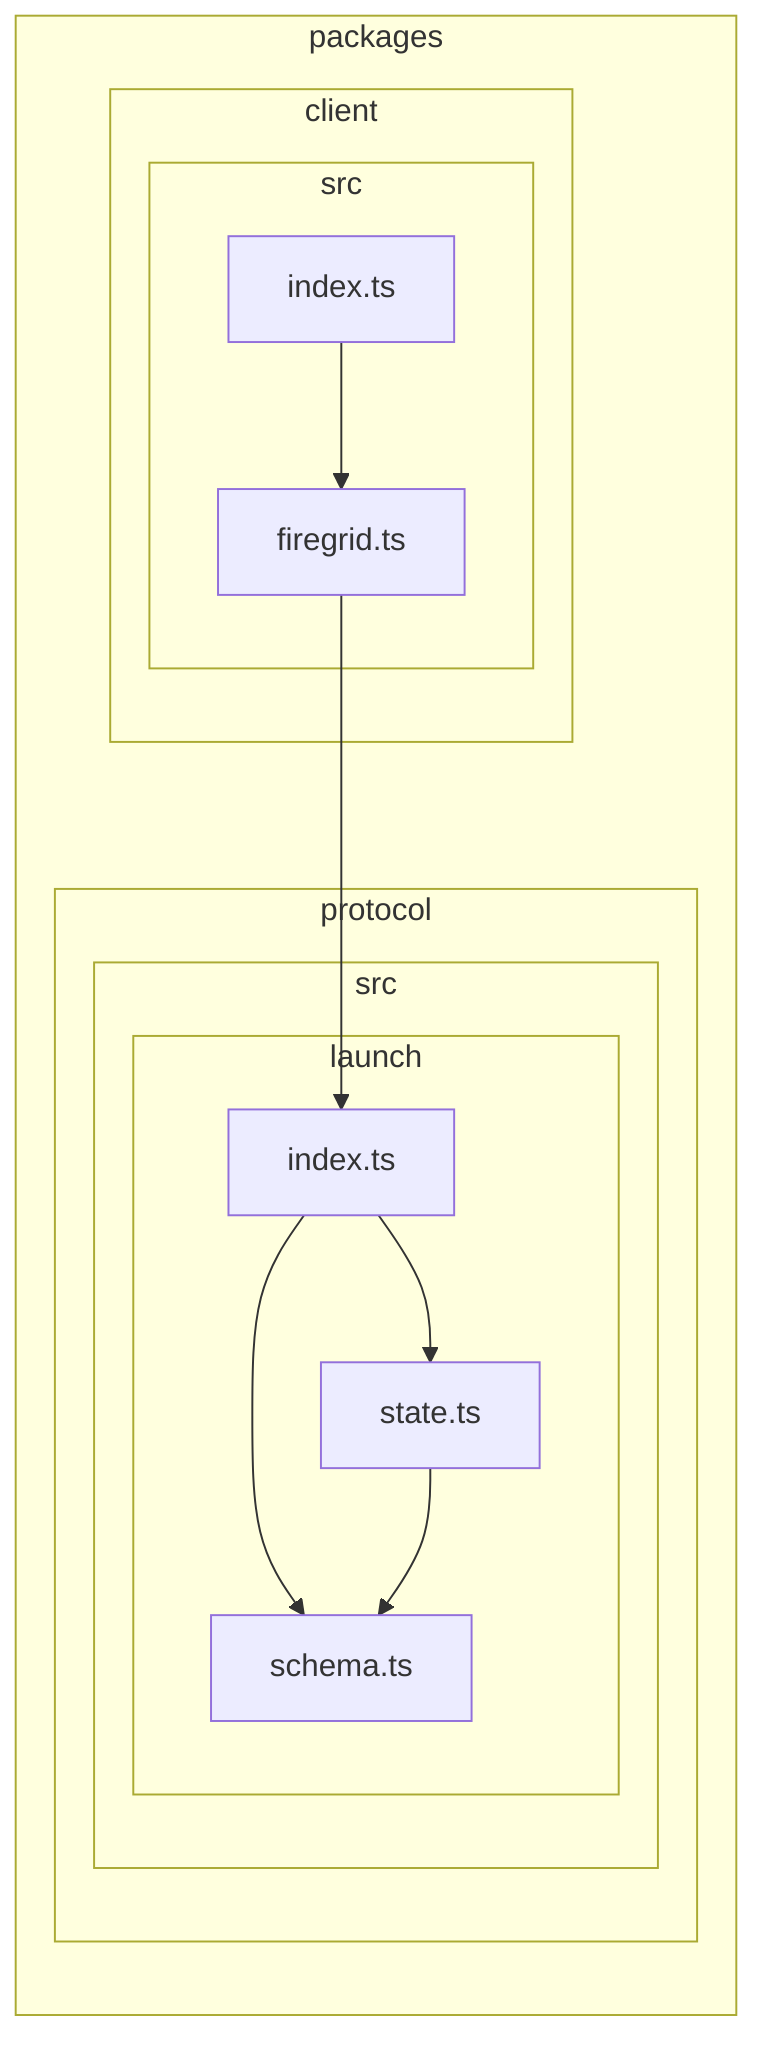
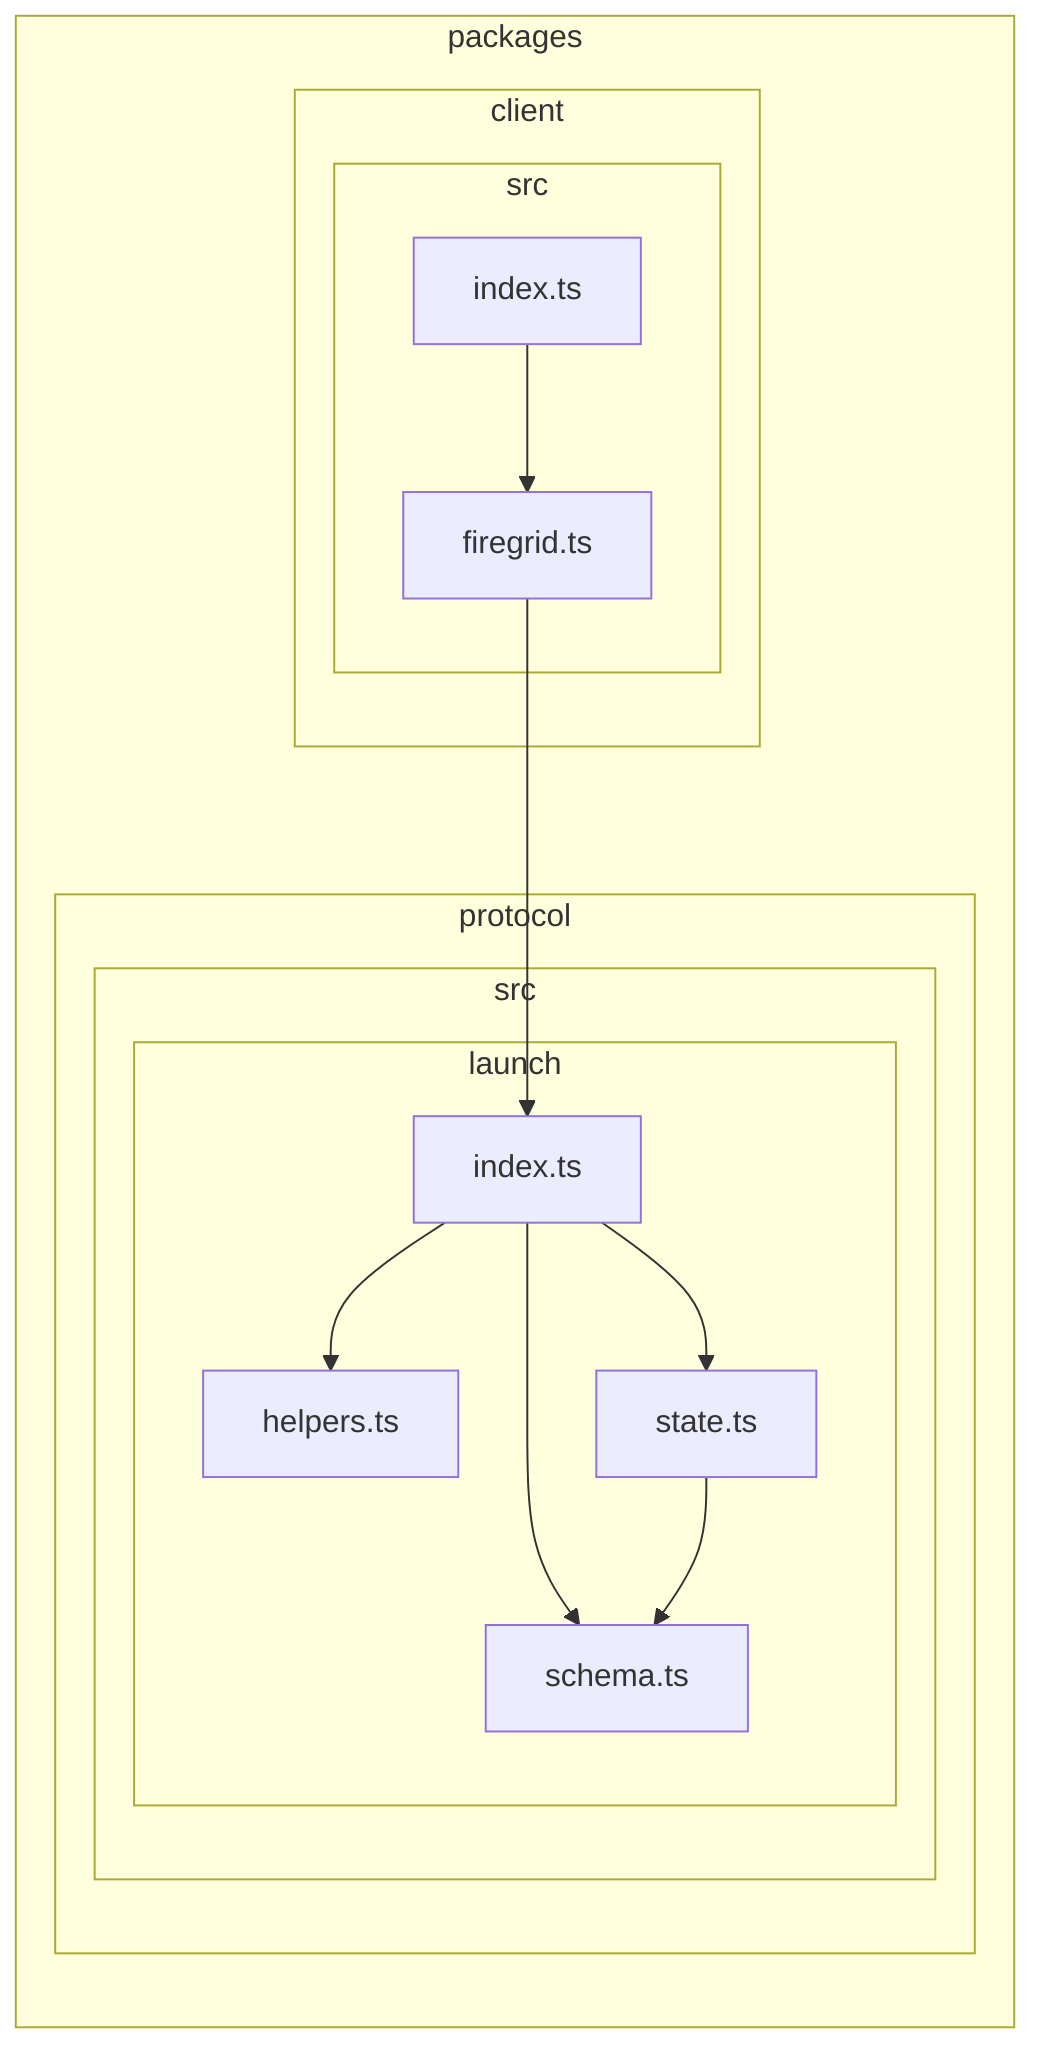
flowchart LR

subgraph 0["packages"]
subgraph 1["client"]
subgraph 2["src"]
3["firegrid.ts"]
4["index.ts"]
end
end
subgraph 5["protocol"]
subgraph 6["src"]
subgraph 7["launch"]
- 8["index.ts"]
- 9["schema.ts"]
- A["state.ts"]
+ 8["helpers.ts"]
+ 9["index.ts"]
+ A["schema.ts"]
+ B["state.ts"]
end
end
end
end
- 3-->8
+ 3-->9
4-->3
- 8-->9
- 8-->A
- A-->9
+ 9-->8
+ 9-->A
+ 9-->B
+ B-->A
